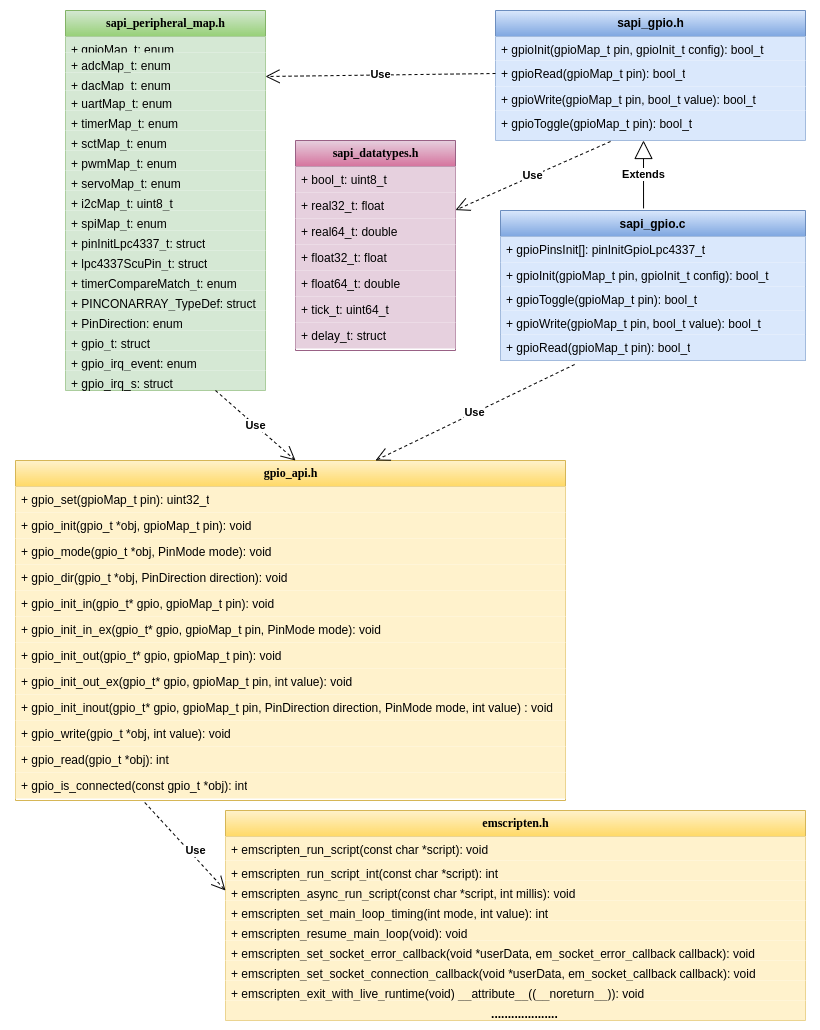
jennifferch/Memoria-MSE keeps this draw.io diagram as Figures/DiagramaClasesEmulador.png. Above is the earlier version. Source tidied: cells renumbered, new cells last; positions are measured from the earlier drawing's top-left corner, leaving out a move shared by most shapes.
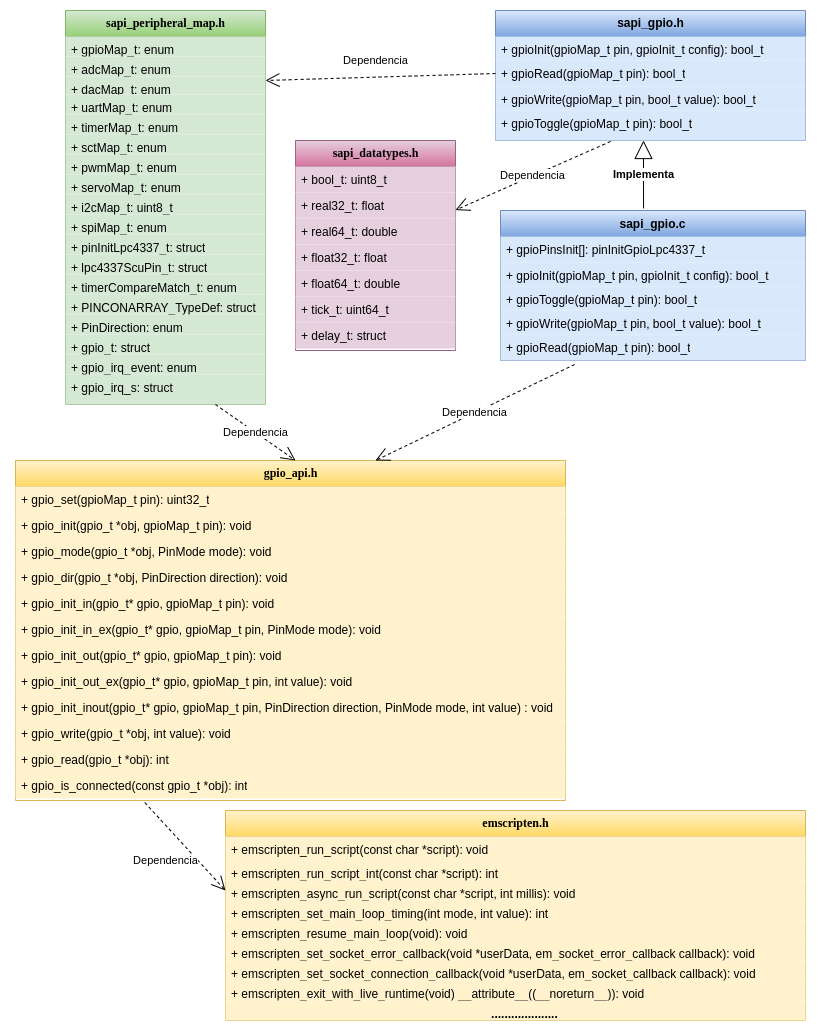
Later version of the same file.

What changed in the source:
```diff
@@ -45,61 +45,61 @@
       <mxGeometry y="100" width="310" height="30" as="geometry" />
     </mxCell>
     <mxCell id="16" value="&lt;font style=&quot;font-size: 12px&quot;&gt;&lt;b&gt;sapi_peripheral_map.h&lt;/b&gt;&lt;/font&gt;" style="swimlane;html=1;fontStyle=0;horizontal=1;startSize=26;fillColor=#d5e8d4;swimlaneFillColor=#ffffff;rounded=0;shadow=0;comic=0;labelBackgroundColor=none;strokeWidth=1;fontFamily=Verdana;fontSize=10;align=center;gradientColor=#97d077;strokeColor=#82b366;" parent="1" vertex="1">
-      <mxGeometry x="65" y="10" width="200" height="380" as="geometry" />
+      <mxGeometry x="65" y="10" width="200" height="394" as="geometry" />
     </mxCell>
     <mxCell id="17" value="+ gpioMap_t: enum" style="text;html=1;strokeColor=none;fillColor=#d5e8d4;align=left;verticalAlign=top;spacingLeft=4;spacingRight=4;whiteSpace=wrap;overflow=hidden;gradientColor=none;" parent="16" vertex="1">
-      <mxGeometry y="26" width="200" height="16" as="geometry" />
+      <mxGeometry y="26" width="200" height="20" as="geometry" />
     </mxCell>
     <mxCell id="18" value="+ adcMap_t: enum" style="text;html=1;strokeColor=none;fillColor=#d5e8d4;align=left;verticalAlign=top;spacingLeft=4;spacingRight=4;whiteSpace=wrap;overflow=hidden;gradientColor=none;" parent="16" vertex="1">
-      <mxGeometry y="42" width="200" height="20" as="geometry" />
+      <mxGeometry y="46" width="200" height="20" as="geometry" />
     </mxCell>
     <mxCell id="19" value="+ dacMap_t: enum" style="text;html=1;strokeColor=none;fillColor=#d5e8d4;align=left;verticalAlign=top;spacingLeft=4;spacingRight=4;whiteSpace=wrap;overflow=hidden;points=[[0,0.5],[1,0.5]];portConstraint=eastwest;gradientColor=none;" parent="16" vertex="1">
-      <mxGeometry y="62" width="200" height="18" as="geometry" />
+      <mxGeometry y="66" width="200" height="18" as="geometry" />
     </mxCell>
     <mxCell id="20" value="+ uartMap_t: enum" style="text;html=1;strokeColor=none;fillColor=#d5e8d4;align=left;verticalAlign=top;spacingLeft=4;spacingRight=4;whiteSpace=wrap;overflow=hidden;gradientColor=none;" parent="16" vertex="1">
-      <mxGeometry y="80" width="200" height="20" as="geometry" />
+      <mxGeometry y="84" width="200" height="20" as="geometry" />
     </mxCell>
     <mxCell id="21" value="+ timerMap_t: enum" style="text;html=1;strokeColor=none;fillColor=#d5e8d4;align=left;verticalAlign=top;spacingLeft=4;spacingRight=4;whiteSpace=wrap;overflow=hidden;gradientColor=none;" parent="16" vertex="1">
-      <mxGeometry y="100" width="200" height="20" as="geometry" />
+      <mxGeometry y="104" width="200" height="20" as="geometry" />
     </mxCell>
     <mxCell id="22" value="+ sctMap_t: enum" style="text;html=1;strokeColor=none;fillColor=#d5e8d4;align=left;verticalAlign=top;spacingLeft=4;spacingRight=4;whiteSpace=wrap;overflow=hidden;gradientColor=none;" parent="16" vertex="1">
-      <mxGeometry y="120" width="200" height="20" as="geometry" />
+      <mxGeometry y="124" width="200" height="20" as="geometry" />
     </mxCell>
     <mxCell id="23" value="+ pwmMap_t: enum" style="text;html=1;strokeColor=none;fillColor=#d5e8d4;align=left;verticalAlign=top;spacingLeft=4;spacingRight=4;whiteSpace=wrap;overflow=hidden;gradientColor=none;" parent="16" vertex="1">
-      <mxGeometry y="140" width="200" height="20" as="geometry" />
+      <mxGeometry y="144" width="200" height="20" as="geometry" />
     </mxCell>
     <mxCell id="24" value="+ servoMap_t: enum" style="text;html=1;strokeColor=none;fillColor=#d5e8d4;align=left;verticalAlign=top;spacingLeft=4;spacingRight=4;whiteSpace=wrap;overflow=hidden;gradientColor=none;" parent="16" vertex="1">
-      <mxGeometry y="160" width="200" height="20" as="geometry" />
+      <mxGeometry y="164" width="200" height="20" as="geometry" />
     </mxCell>
     <mxCell id="25" value="+ i2cMap_t: uint8_t" style="text;html=1;strokeColor=none;fillColor=#d5e8d4;align=left;verticalAlign=top;spacingLeft=4;spacingRight=4;whiteSpace=wrap;overflow=hidden;gradientColor=none;" parent="16" vertex="1">
-      <mxGeometry y="180" width="200" height="20" as="geometry" />
+      <mxGeometry y="184" width="200" height="20" as="geometry" />
     </mxCell>
     <mxCell id="26" value="+ spiMap_t: enum" style="text;html=1;strokeColor=none;fillColor=#d5e8d4;align=left;verticalAlign=top;spacingLeft=4;spacingRight=4;whiteSpace=wrap;overflow=hidden;gradientColor=none;" parent="16" vertex="1">
-      <mxGeometry y="200" width="200" height="20" as="geometry" />
+      <mxGeometry y="204" width="200" height="20" as="geometry" />
     </mxCell>
     <mxCell id="27" value="+ pinInitLpc4337_t: struct" style="text;html=1;strokeColor=none;fillColor=#d5e8d4;align=left;verticalAlign=top;spacingLeft=4;spacingRight=4;whiteSpace=wrap;overflow=hidden;gradientColor=none;" parent="16" vertex="1">
-      <mxGeometry y="220" width="200" height="20" as="geometry" />
+      <mxGeometry y="224" width="200" height="20" as="geometry" />
     </mxCell>
     <mxCell id="28" value="+ lpc4337ScuPin_t: struct" style="text;html=1;strokeColor=none;fillColor=#d5e8d4;align=left;verticalAlign=top;spacingLeft=4;spacingRight=4;whiteSpace=wrap;overflow=hidden;gradientColor=none;" parent="16" vertex="1">
-      <mxGeometry y="240" width="200" height="20" as="geometry" />
+      <mxGeometry y="244" width="200" height="20" as="geometry" />
     </mxCell>
     <mxCell id="29" value="+ timerCompareMatch_t: enum" style="text;html=1;strokeColor=none;fillColor=#d5e8d4;align=left;verticalAlign=top;spacingLeft=4;spacingRight=4;whiteSpace=wrap;overflow=hidden;gradientColor=none;" parent="16" vertex="1">
-      <mxGeometry y="260" width="200" height="20" as="geometry" />
+      <mxGeometry y="264" width="200" height="20" as="geometry" />
     </mxCell>
     <mxCell id="30" value="+ PINCONARRAY_TypeDef: struct" style="text;html=1;strokeColor=none;fillColor=#d5e8d4;align=left;verticalAlign=top;spacingLeft=4;spacingRight=4;whiteSpace=wrap;overflow=hidden;gradientColor=none;" parent="16" vertex="1">
-      <mxGeometry y="280" width="200" height="20" as="geometry" />
+      <mxGeometry y="284" width="200" height="20" as="geometry" />
     </mxCell>
     <mxCell id="31" value="+ PinDirection: enum" style="text;html=1;strokeColor=none;fillColor=#d5e8d4;align=left;verticalAlign=top;spacingLeft=4;spacingRight=4;whiteSpace=wrap;overflow=hidden;gradientColor=none;" parent="16" vertex="1">
-      <mxGeometry y="300" width="200" height="20" as="geometry" />
+      <mxGeometry y="304" width="200" height="20" as="geometry" />
     </mxCell>
     <mxCell id="32" value="+ gpio_t: struct" style="text;html=1;strokeColor=none;fillColor=#d5e8d4;align=left;verticalAlign=top;spacingLeft=4;spacingRight=4;whiteSpace=wrap;overflow=hidden;gradientColor=none;" parent="16" vertex="1">
-      <mxGeometry y="320" width="200" height="20" as="geometry" />
+      <mxGeometry y="324" width="200" height="20" as="geometry" />
     </mxCell>
     <mxCell id="33" value="+ gpio_irq_event: enum" style="text;html=1;strokeColor=none;fillColor=#d5e8d4;align=left;verticalAlign=top;spacingLeft=4;spacingRight=4;whiteSpace=wrap;overflow=hidden;gradientColor=none;" parent="16" vertex="1">
-      <mxGeometry y="340" width="200" height="20" as="geometry" />
+      <mxGeometry y="344" width="200" height="20" as="geometry" />
     </mxCell>
     <mxCell id="34" value="+ gpio_irq_s: struct" style="text;html=1;strokeColor=none;fillColor=#d5e8d4;align=left;verticalAlign=top;spacingLeft=4;spacingRight=4;whiteSpace=wrap;overflow=hidden;gradientColor=none;" parent="16" vertex="1">
-      <mxGeometry y="360" width="200" height="20" as="geometry" />
+      <mxGeometry y="364" width="200" height="30" as="geometry" />
     </mxCell>
     <mxCell id="35" value="sapi_gpio.c" style="swimlane;fontStyle=1;align=center;verticalAlign=top;horizontal=1;startSize=26;fillColor=#dae8fc;gradientColor=#7ea6e0;strokeColor=#6c8ebf;" parent="1" vertex="1">
       <mxGeometry x="500" y="210" width="305" height="150" as="geometry" />
@@ -119,12 +119,12 @@
     <mxCell id="40" value="+ gpioRead(gpioMap_t pin):&amp;nbsp;bool_t" style="text;html=1;strokeColor=none;fillColor=#dae8fc;align=left;verticalAlign=top;spacingLeft=4;spacingRight=4;whiteSpace=wrap;overflow=hidden;points=[[0,0.5],[1,0.5]];portConstraint=eastwest;gradientColor=none;" parent="35" vertex="1">
       <mxGeometry y="124" width="305" height="26" as="geometry" />
     </mxCell>
-    <mxCell id="41" value="&lt;b&gt;Extends&lt;/b&gt;" style="endArrow=block;endSize=16;endFill=0;html=1;rounded=0;exitX=0.469;exitY=-0.014;exitDx=0;exitDy=0;exitPerimeter=0;" parent="1" edge="1" source="35">
+    <mxCell id="41" value="&lt;b&gt;Implementa&lt;/b&gt;" style="endArrow=block;endSize=16;endFill=0;html=1;rounded=0;exitX=0.469;exitY=-0.014;exitDx=0;exitDy=0;exitPerimeter=0;" parent="1" edge="1" source="35">
       <mxGeometry relative="1" as="geometry">
         <mxPoint x="643" y="140" as="targetPoint" />
       </mxGeometry>
     </mxCell>
-    <mxCell id="42" value="&lt;b&gt;Use&lt;/b&gt;" style="endArrow=open;endSize=12;dashed=1;html=1;rounded=0;exitX=0.371;exitY=1.033;exitDx=0;exitDy=0;exitPerimeter=0;" parent="1" edge="1" source="15" target="3">
+    <mxCell id="42" value="Dependencia" style="endArrow=open;endSize=12;dashed=1;html=1;rounded=0;exitX=0.371;exitY=1.033;exitDx=0;exitDy=0;exitPerimeter=0;" parent="1" edge="1" source="15" target="3">
       <mxGeometry relative="1" as="geometry" />
     </mxCell>
     <mxCell id="43" value="&lt;span style=&quot;font-size: 12px&quot;&gt;&lt;b&gt;gpio_api.h&lt;/b&gt;&lt;/span&gt;" style="swimlane;html=1;fontStyle=0;horizontal=1;startSize=26;fillColor=#fff2cc;swimlaneFillColor=#ffffff;rounded=0;shadow=0;comic=0;labelBackgroundColor=none;strokeWidth=1;fontFamily=Verdana;fontSize=10;align=center;gradientColor=#ffd966;strokeColor=#d6b656;" parent="1" vertex="1">
@@ -166,8 +166,8 @@
     <mxCell id="55" value="+ gpio_is_connected(const gpio_t *obj): int" style="text;html=1;strokeColor=none;fillColor=#fff2cc;align=left;verticalAlign=top;spacingLeft=4;spacingRight=4;whiteSpace=wrap;overflow=hidden;points=[[0,0.5],[1,0.5]];portConstraint=eastwest;gradientColor=none;" parent="43" vertex="1">
       <mxGeometry y="312" width="550" height="26" as="geometry" />
     </mxCell>
-    <mxCell id="56" value="&lt;b&gt;Use&lt;/b&gt;" style="endArrow=open;endSize=12;dashed=1;html=1;rounded=0;exitX=0;exitY=0.5;exitDx=0;exitDy=0;entryX=1;entryY=0.222;entryDx=0;entryDy=0;entryPerimeter=0;" parent="1" edge="1" source="13" target="19">
-      <mxGeometry relative="1" as="geometry" />
+    <mxCell id="56" value="Dependencia" style="endArrow=open;endSize=12;dashed=1;html=1;rounded=0;exitX=0;exitY=0.5;exitDx=0;exitDy=0;entryX=1;entryY=0.222;entryDx=0;entryDy=0;entryPerimeter=0;" parent="1" edge="1" source="13" target="19">
+      <mxGeometry x="0.04" y="-17" relative="1" as="geometry" />
     </mxCell>
     <mxCell id="57" value="&lt;font&gt;&lt;span style=&quot;font-size: 12px&quot;&gt;&lt;b&gt;emscripten&lt;/b&gt;&lt;/span&gt;&lt;b style=&quot;font-size: 12px&quot;&gt;.h&lt;/b&gt;&lt;/font&gt;" style="swimlane;html=1;fontStyle=0;horizontal=1;startSize=26;fillColor=#fff2cc;swimlaneFillColor=#ffffff;rounded=0;shadow=0;comic=0;labelBackgroundColor=none;strokeWidth=1;fontFamily=Verdana;fontSize=10;align=center;gradientColor=#ffd966;strokeColor=#d6b656;" parent="1" vertex="1">
       <mxGeometry x="225" y="810" width="580" height="210" as="geometry" />
@@ -199,15 +199,15 @@
     <mxCell id="66" value="&lt;b&gt;&amp;nbsp; &amp;nbsp; &amp;nbsp; &amp;nbsp; &amp;nbsp; &amp;nbsp; &amp;nbsp; &amp;nbsp; &amp;nbsp; &amp;nbsp; &amp;nbsp; &amp;nbsp; &amp;nbsp; &amp;nbsp; &amp;nbsp; &amp;nbsp; &amp;nbsp; &amp;nbsp; &amp;nbsp; &amp;nbsp; &amp;nbsp; &amp;nbsp; &amp;nbsp; &amp;nbsp; &amp;nbsp; &amp;nbsp; &amp;nbsp; &amp;nbsp; &amp;nbsp; &amp;nbsp; &amp;nbsp; &amp;nbsp; &amp;nbsp; &amp;nbsp; &amp;nbsp; &amp;nbsp; &amp;nbsp; &amp;nbsp; &amp;nbsp; ....................&lt;/b&gt;" style="text;html=1;strokeColor=none;fillColor=#fff2cc;align=left;verticalAlign=top;spacingLeft=4;spacingRight=4;whiteSpace=wrap;overflow=hidden;gradientColor=none;" parent="57" vertex="1">
       <mxGeometry y="190" width="580" height="20" as="geometry" />
     </mxCell>
-    <mxCell id="67" value="&lt;b&gt;Use&lt;/b&gt;" style="endArrow=open;endSize=12;dashed=1;html=1;rounded=0;exitX=0.243;exitY=1.154;exitDx=0;exitDy=0;exitPerimeter=0;" parent="1" edge="1" source="40">
+    <mxCell id="67" value="Dependencia" style="endArrow=open;endSize=12;dashed=1;html=1;rounded=0;exitX=0.243;exitY=1.154;exitDx=0;exitDy=0;exitPerimeter=0;" parent="1" edge="1" source="40">
       <mxGeometry relative="1" as="geometry">
         <mxPoint x="375" y="460" as="targetPoint" />
       </mxGeometry>
     </mxCell>
-    <mxCell id="68" value="&lt;b&gt;Use&lt;/b&gt;" style="endArrow=open;endSize=12;dashed=1;html=1;rounded=0;entryX=0;entryY=0.5;entryDx=0;entryDy=0;exitX=0.235;exitY=1.154;exitDx=0;exitDy=0;exitPerimeter=0;" parent="1" edge="1" source="55" target="60">
-      <mxGeometry x="0.17" y="5" relative="1" as="geometry" />
+    <mxCell id="68" value="Dependencia" style="endArrow=open;endSize=12;dashed=1;html=1;rounded=0;entryX=0;entryY=0.5;entryDx=0;entryDy=0;exitX=0.235;exitY=1.154;exitDx=0;exitDy=0;exitPerimeter=0;" parent="1" edge="1" source="55" target="60">
+      <mxGeometry x="-0.05" y="-24" relative="1" as="geometry" />
     </mxCell>
-    <mxCell id="69" value="&lt;b&gt;Use&lt;/b&gt;" style="endArrow=open;endSize=12;dashed=1;html=1;rounded=0;exitX=0.75;exitY=1;exitDx=0;exitDy=0;" parent="1" edge="1" source="16">
+    <mxCell id="69" value="Dependencia" style="endArrow=open;endSize=12;dashed=1;html=1;rounded=0;exitX=0.75;exitY=1;exitDx=0;exitDy=0;" parent="1" edge="1" source="16">
       <mxGeometry relative="1" as="geometry">
         <mxPoint x="295" y="460" as="targetPoint" />
       </mxGeometry>
```
